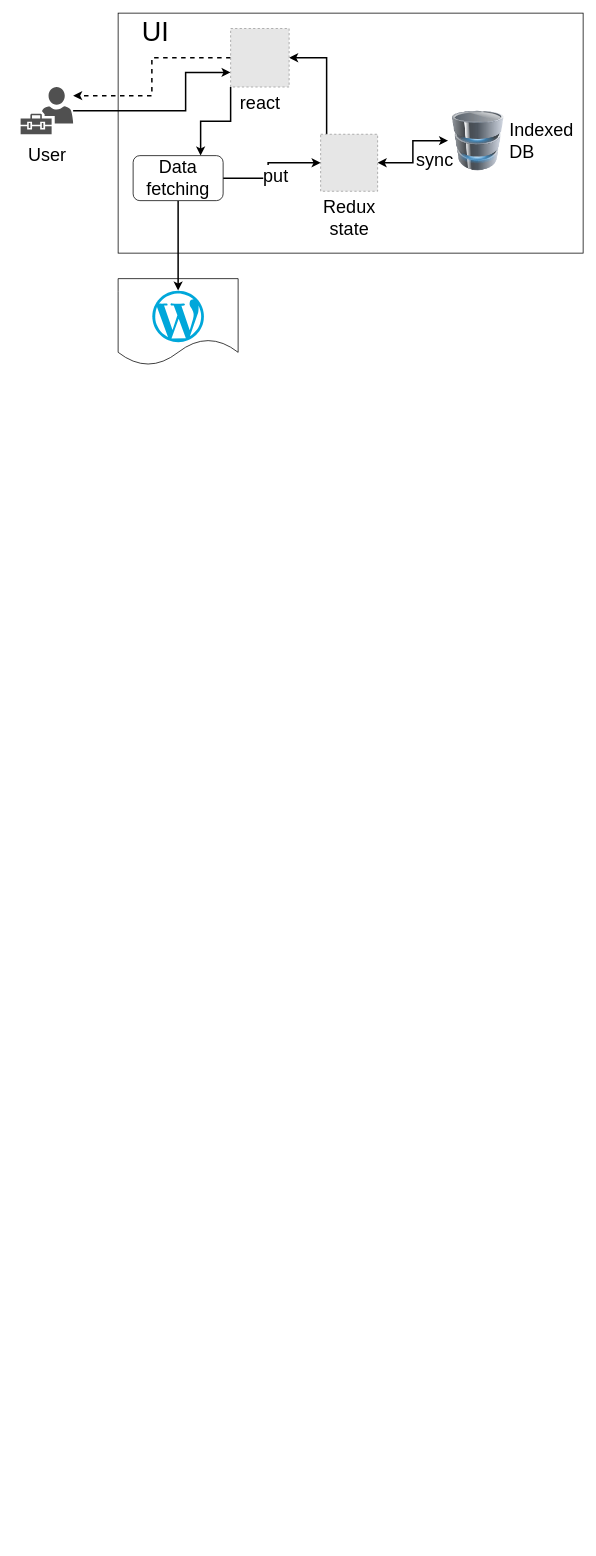
Before: high-level/records.drawio in AlexeyPopovUA/a8c-diagrams, a draw.io diagram. Source tidied: cells renumbered, new cells numbered last; positions are measured from the earlier drawing's top-left corner, leaving out a move shared by most shapes. Both pictures are drawn from the tidied source at 75%, with x=0, y=0 at pixel (20, 13). Pictures stored in the file or linked from it are replaced by grey dashed boxes.
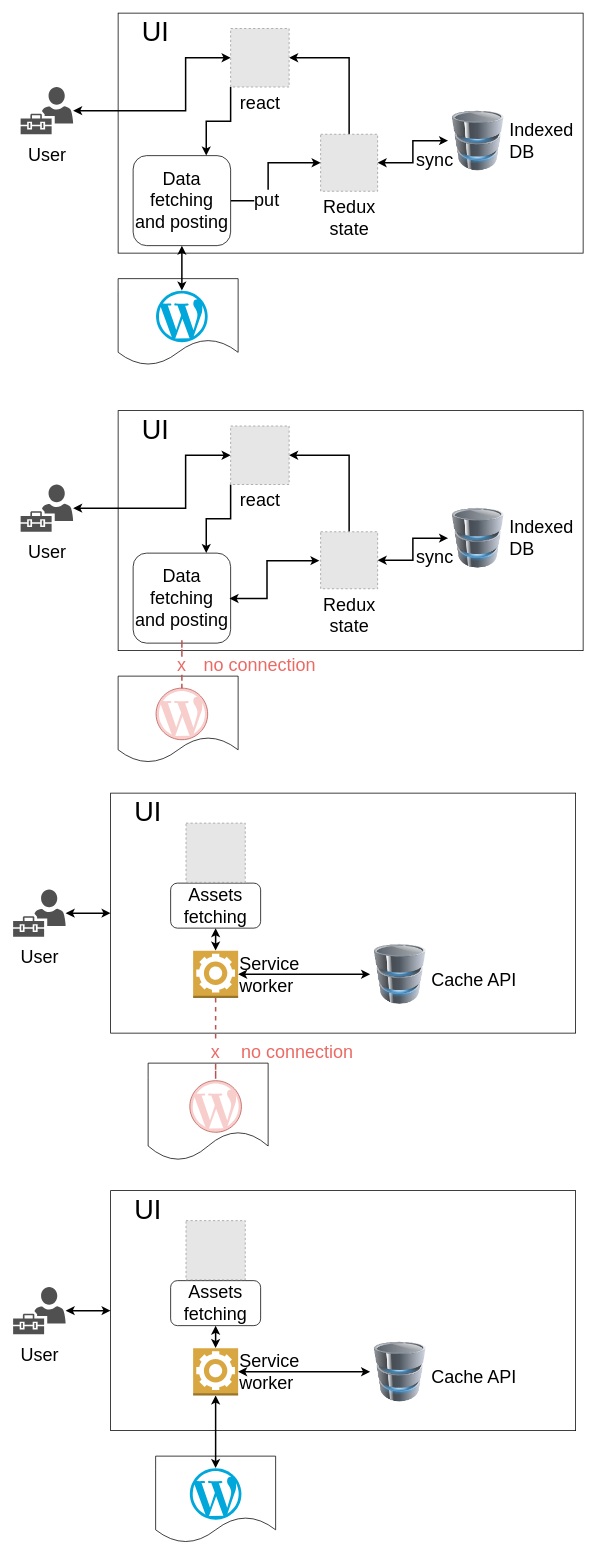
Above is the later version.

The change refers to these unchanged cells:
```xml
<mxCell id="6" value="&lt;font style=&quot;font-size: 24px;&quot;&gt;User&lt;/font&gt;" style="sketch=0;shadow=0;dashed=0;html=1;strokeColor=none;labelPosition=center;verticalLabelPosition=bottom;verticalAlign=top;align=center;fillColor=#505050;shape=mxgraph.mscae.intune.user_management;fontSize=30;" parent="1" vertex="1">
  <mxGeometry y="98.5" width="70" height="63" as="geometry" />
</mxCell>
<mxCell id="11" value="&lt;font style=&quot;font-size: 24px;&quot;&gt;Redux&lt;br&gt; state&lt;/font&gt;" style="fillColor=#E6E6E6;strokeColor=#999999;dashed=1;html=1;verticalAlign=top;verticalLabelPosition=bottom;labelBackgroundColor=#ffffff;" parent="1" vertex="1">
  <mxGeometry x="400" y="161.5" width="76" height="76" as="geometry" />
</mxCell>
<mxCell id="19" value="react" style="fillColor=#E6E6E6;strokeColor=#999999;dashed=1;html=1;verticalAlign=top;verticalLabelPosition=bottom;labelBackgroundColor=#ffffff;fontSize=24;" parent="1" vertex="1">
  <mxGeometry x="280" y="20.5" width="78" height="78" as="geometry" />
</mxCell>
```

What changed in the source:
```diff
@@
-    <mxCell id="5" style="edgeStyle=orthogonalEdgeStyle;rounded=0;jettySize=auto;html=1;fontSize=30;endArrow=classic;endFill=1;strokeWidth=2;entryX=0;entryY=0.75;entryDx=0;entryDy=0;" parent="1" edge="1" source="6" target="19">
+    <mxCell id="5" style="edgeStyle=orthogonalEdgeStyle;rounded=0;jettySize=auto;html=1;fontSize=30;endArrow=classic;endFill=1;strokeWidth=2;entryX=0;entryY=0.5;entryDx=0;entryDy=0;startArrow=classic;startFill=1;" parent="1" edge="1" source="6" target="19">
       <mxGeometry relative="1" as="geometry">
         <Array as="points">
           <mxPoint x="220" y="130" />
-          <mxPoint x="220" y="79" />
+          <mxPoint x="220" y="60" />
         </Array>
       </mxGeometry>
     </mxCell>
@@
-    <mxCell id="10" style="edgeStyle=orthogonalEdgeStyle;rounded=0;jettySize=auto;html=1;entryX=1;entryY=0.5;entryDx=0;entryDy=0;fontSize=24;startArrow=none;startFill=0;strokeWidth=2;" parent="1" edge="1" source="11" target="19">
+    <mxCell id="10" style="edgeStyle=orthogonalEdgeStyle;rounded=0;jettySize=auto;html=1;entryX=1;entryY=0.5;entryDx=0;entryDy=0;fontSize=24;startArrow=none;startFill=0;strokeWidth=2;exitX=0.5;exitY=0;exitDx=0;exitDy=0;" parent="1" edge="1" source="11" target="19">
       <mxGeometry relative="1" as="geometry">
         <Array as="points">
-          <mxPoint x="408" y="60" />
+          <mxPoint x="438" y="60" />
         </Array>
       </mxGeometry>
     </mxCell>
@@
     <mxCell id="12" style="edgeStyle=orthogonalEdgeStyle;rounded=0;jettySize=auto;html=1;fontSize=24;startArrow=none;startFill=0;entryX=0;entryY=0.5;entryDx=0;entryDy=0;strokeWidth=2;exitX=1;exitY=0.5;exitDx=0;exitDy=0;" parent="1" edge="1" source="15" target="11">
       <mxGeometry relative="1" as="geometry">
         <Array as="points">
-          <mxPoint x="330" y="220" />
+          <mxPoint x="330" y="250" />
           <mxPoint x="330" y="200" />
         </Array>
       </mxGeometry>
     </mxCell>
-    <mxCell id="13" value="put" style="edgeLabel;html=1;align=center;verticalAlign=middle;fontSize=24;" parent="12" vertex="1">
-      <mxGeometry x="-0.15" y="-2" relative="1" as="geometry">
-        <mxPoint x="7" as="offset" />
-      </mxGeometry>
+    <mxCell id="13" value="put" style="edgeLabel;html=1;align=center;verticalAlign=middle;fontSize=24;fontColor=#000000;" parent="12" vertex="1">
+      <mxGeometry x="-0.45" y="1" relative="1" as="geometry" />
     </mxCell>
-    <mxCell id="14" style="edgeStyle=orthogonalEdgeStyle;rounded=0;jettySize=auto;html=1;fontSize=24;startArrow=none;startFill=0;strokeWidth=2;" parent="1" edge="1" source="15" target="16">
+    <mxCell id="14" style="edgeStyle=orthogonalEdgeStyle;rounded=0;jettySize=auto;html=1;fontSize=24;startArrow=classic;startFill=1;strokeWidth=2;" parent="1" edge="1" source="15" target="16">
       <mxGeometry relative="1" as="geometry" />
     </mxCell>
-    <mxCell id="15" value="&lt;font style=&quot;font-size: 24px;&quot;&gt;Data fetching&lt;/font&gt;" style="rounded=1;whiteSpace=wrap;html=1;" parent="1" vertex="1">
-      <mxGeometry x="150" y="190" width="120" height="60" as="geometry" />
+    <mxCell id="15" value="&lt;font style=&quot;font-size: 24px;&quot;&gt;Data fetching&lt;br&gt;and posting&lt;br&gt;&lt;/font&gt;" style="rounded=1;whiteSpace=wrap;html=1;" parent="1" vertex="1">
+      <mxGeometry x="150" y="190" width="130" height="120" as="geometry" />
     </mxCell>
     <mxCell id="16" style="dashed=0;outlineConnect=0;html=1;align=center;labelPosition=center;verticalLabelPosition=bottom;verticalAlign=top;shape=mxgraph.weblogos.wordpress_2;fillColor=#00A7DA;strokeColor=none;fontSize=24;" parent="1" vertex="1">
-      <mxGeometry x="175.6" y="370" width="68.8" height="68.8" as="geometry" />
+      <mxGeometry x="180.6" y="370" width="68.8" height="68.8" as="geometry" />
     </mxCell>
-    <mxCell id="17" style="edgeStyle=orthogonalEdgeStyle;rounded=0;jettySize=auto;html=1;entryX=1;entryY=0.183;entryDx=0;entryDy=0;entryPerimeter=0;fontSize=24;startArrow=none;startFill=0;strokeWidth=2;dashed=1;" parent="1" edge="1" source="19" target="6">
-      <mxGeometry relative="1" as="geometry" />
-    </mxCell>
@@
+    <mxCell id="20" style="rounded=0;whiteSpace=wrap;html=1;fontSize=30;" parent="1" vertex="1">
+      <mxGeometry x="120" y="1040" width="620" height="320" as="geometry" />
+    </mxCell>
+    <mxCell id="21" value="&lt;font style=&quot;font-size: 24px;&quot;&gt;Cache API&lt;/font&gt;" style="image;html=1;image=img/lib/clip_art/computers/Database_128x128.png;fontSize=40;labelPosition=right;verticalLabelPosition=middle;align=left;verticalAlign=middle;" parent="1" vertex="1">
+      <mxGeometry x="466" y="1241.5" width="80" height="80" as="geometry" />
+    </mxCell>
+    <mxCell id="22" style="edgeStyle=orthogonalEdgeStyle;rounded=0;jettySize=auto;html=1;entryX=0;entryY=0.5;entryDx=0;entryDy=0;fontSize=24;startArrow=classic;startFill=1;strokeWidth=2;" parent="1" edge="1" source="23" target="20">
+      <mxGeometry relative="1" as="geometry" />
+    </mxCell>
+    <mxCell id="23" value="&lt;font style=&quot;font-size: 24px;&quot;&gt;User&lt;/font&gt;" style="sketch=0;shadow=0;dashed=0;html=1;strokeColor=none;labelPosition=center;verticalLabelPosition=bottom;verticalAlign=top;align=center;fillColor=#505050;shape=mxgraph.mscae.intune.user_management;fontSize=30;" parent="1" vertex="1">
+      <mxGeometry x="-10" y="1168.5" width="70" height="63" as="geometry" />
+    </mxCell>
+    <mxCell id="24" value="&lt;font style=&quot;font-size: 36px;&quot;&gt;UI&lt;/font&gt;" style="text;html=1;strokeColor=none;fillColor=none;align=center;verticalAlign=middle;whiteSpace=wrap;rounded=0;fontSize=24;" parent="1" vertex="1">
+      <mxGeometry x="140" y="1050" width="60" height="30" as="geometry" />
+    </mxCell>
+    <mxCell id="25" style="edgeStyle=orthogonalEdgeStyle;rounded=0;jettySize=auto;html=1;fontSize=24;startArrow=classic;startFill=1;strokeWidth=2;exitX=1;exitY=0.5;exitDx=0;exitDy=0;entryX=0;entryY=0.5;entryDx=0;entryDy=0;exitPerimeter=0;" parent="1" edge="1" source="27" target="21">
+      <mxGeometry relative="1" as="geometry">
+        <Array as="points">
+          <mxPoint x="380" y="1282" />
+          <mxPoint x="380" y="1282" />
+        </Array>
+      </mxGeometry>
+    </mxCell>
+    <mxCell id="26" value="&lt;font style=&quot;font-size: 24px;&quot;&gt;Assets fetching&lt;/font&gt;" style="rounded=1;whiteSpace=wrap;html=1;" parent="1" vertex="1">
+      <mxGeometry x="200" y="1160" width="120" height="60" as="geometry" />
+    </mxCell>
+    <mxCell id="27" value="Service&lt;br&gt; worker" style="outlineConnect=0;dashed=0;verticalLabelPosition=middle;verticalAlign=middle;align=left;html=1;shape=mxgraph.aws3.worker;fillColor=#D9A741;gradientColor=none;fontSize=24;labelPosition=right;" parent="1" vertex="1">
+      <mxGeometry x="230" y="1250" width="60" height="63" as="geometry" />
+    </mxCell>
+    <mxCell id="28" style="edgeStyle=orthogonalEdgeStyle;rounded=0;jettySize=auto;html=1;fontSize=24;startArrow=classic;startFill=1;strokeWidth=2;endArrow=classic;endFill=1;" parent="1" edge="1" source="26" target="27">
+      <mxGeometry relative="1" as="geometry" />
+    </mxCell>
+    <mxCell id="29" style="fillColor=#E6E6E6;strokeColor=#999999;dashed=1;html=1;verticalAlign=top;verticalLabelPosition=bottom;labelBackgroundColor=#ffffff;fontSize=24;" parent="1" vertex="1">
+      <mxGeometry x="220.5" y="1080" width="79" height="79" as="geometry" />
+    </mxCell>
+    <mxCell id="30" style="shape=document;whiteSpace=wrap;html=1;boundedLbl=1;fontSize=24;" parent="1" vertex="1">
+      <mxGeometry x="130" y="884" width="160" height="115.6" as="geometry" />
+    </mxCell>
+    <mxCell id="31" style="rounded=0;whiteSpace=wrap;html=1;fontSize=30;" parent="1" vertex="1">
+      <mxGeometry x="130" y="530" width="620" height="320" as="geometry" />
+    </mxCell>
+    <mxCell id="32" value="&lt;div style=&quot;font-size: 24px;&quot;&gt;Indexed&lt;/div&gt;&lt;div style=&quot;font-size: 24px;&quot;&gt;&lt;font style=&quot;font-size: 24px;&quot;&gt;DB&lt;/font&gt;&lt;/div&gt;" style="image;html=1;image=img/lib/clip_art/computers/Database_128x128.png;fontSize=40;labelPosition=right;verticalLabelPosition=middle;align=left;verticalAlign=middle;" parent="1" vertex="1">
+      <mxGeometry x="570" y="660" width="80" height="80" as="geometry" />
+    </mxCell>
+    <mxCell id="33" style="edgeStyle=orthogonalEdgeStyle;rounded=0;jettySize=auto;html=1;fontSize=30;endArrow=classic;endFill=1;strokeWidth=2;entryX=0;entryY=0.5;entryDx=0;entryDy=0;startArrow=classic;startFill=1;" parent="1" edge="1" source="34" target="44">
+      <mxGeometry relative="1" as="geometry">
+        <Array as="points">
+          <mxPoint x="220" y="660" />
+          <mxPoint x="220" y="590" />
+        </Array>
+      </mxGeometry>
+    </mxCell>
+    <mxCell id="34" value="&lt;font style=&quot;font-size: 24px;&quot;&gt;User&lt;/font&gt;" style="sketch=0;shadow=0;dashed=0;html=1;strokeColor=none;labelPosition=center;verticalLabelPosition=bottom;verticalAlign=top;align=center;fillColor=#505050;shape=mxgraph.mscae.intune.user_management;fontSize=30;" parent="1" vertex="1">
+      <mxGeometry y="628.5" width="70" height="63" as="geometry" />
+    </mxCell>
+    <mxCell id="35" value="&lt;font style=&quot;font-size: 36px;&quot;&gt;UI&lt;/font&gt;" style="text;html=1;strokeColor=none;fillColor=none;align=center;verticalAlign=middle;whiteSpace=wrap;rounded=0;fontSize=24;" parent="1" vertex="1">
+      <mxGeometry x="150" y="540" width="60" height="30" as="geometry" />
+    </mxCell>
+    <mxCell id="36" style="edgeStyle=orthogonalEdgeStyle;rounded=0;jettySize=auto;html=1;entryX=0;entryY=0.5;entryDx=0;entryDy=0;startArrow=classic;startFill=1;strokeWidth=2;" parent="1" edge="1" source="39" target="32">
+      <mxGeometry relative="1" as="geometry" />
+    </mxCell>
+    <mxCell id="37" value="sync" style="edgeLabel;html=1;align=center;verticalAlign=middle;fontSize=24;" parent="36" vertex="1">
+      <mxGeometry x="-0.17" relative="1" as="geometry">
+        <mxPoint x="28" as="offset" />
+      </mxGeometry>
+    </mxCell>
+    <mxCell id="38" style="edgeStyle=orthogonalEdgeStyle;rounded=0;jettySize=auto;html=1;entryX=1;entryY=0.5;entryDx=0;entryDy=0;fontSize=24;startArrow=none;startFill=0;strokeWidth=2;exitX=0.5;exitY=0;exitDx=0;exitDy=0;" parent="1" edge="1" source="39" target="44">
+      <mxGeometry relative="1" as="geometry">
+        <Array as="points">
+          <mxPoint x="438" y="590" />
+        </Array>
+      </mxGeometry>
+    </mxCell>
+    <mxCell id="39" value="&lt;font style=&quot;font-size: 24px;&quot;&gt;Redux&lt;br&gt; state&lt;/font&gt;" style="fillColor=#E6E6E6;strokeColor=#999999;dashed=1;html=1;verticalAlign=top;verticalLabelPosition=bottom;labelBackgroundColor=#ffffff;" parent="1" vertex="1">
+      <mxGeometry x="400" y="691.5" width="76" height="76" as="geometry" />
+    </mxCell>
+    <mxCell id="40" style="edgeStyle=orthogonalEdgeStyle;rounded=0;jettySize=auto;html=1;fontSize=24;startArrow=none;startFill=1;strokeWidth=2;dashed=1;fillColor=#f8cecc;strokeColor=#b85450;endArrow=none;endFill=0;" parent="1" edge="1" source="45" target="42">
+      <mxGeometry relative="1" as="geometry" />
+    </mxCell>
+    <mxCell id="41" value="&lt;font style=&quot;font-size: 24px;&quot;&gt;Data fetching&lt;br&gt;and posting&lt;br&gt;&lt;/font&gt;" style="rounded=1;whiteSpace=wrap;html=1;" parent="1" vertex="1">
+      <mxGeometry x="150" y="720" width="130" height="120" as="geometry" />
+    </mxCell>
+    <mxCell id="42" style="dashed=0;outlineConnect=0;html=1;align=center;labelPosition=center;verticalLabelPosition=bottom;verticalAlign=top;shape=mxgraph.weblogos.wordpress_2;fillColor=#f8cecc;strokeColor=#b85450;fontSize=24;" parent="1" vertex="1">
+      <mxGeometry x="180.6" y="900" width="68.8" height="68.8" as="geometry" />
+    </mxCell>
+    <mxCell id="43" style="edgeStyle=orthogonalEdgeStyle;rounded=0;jettySize=auto;html=1;entryX=0.75;entryY=0;entryDx=0;entryDy=0;fontSize=24;startArrow=none;startFill=0;strokeWidth=2;exitX=0;exitY=1;exitDx=0;exitDy=0;" parent="1" edge="1" source="44" target="41">
+      <mxGeometry relative="1" as="geometry" />
+    </mxCell>
+    <mxCell id="44" value="react" style="fillColor=#E6E6E6;strokeColor=#999999;dashed=1;html=1;verticalAlign=top;verticalLabelPosition=bottom;labelBackgroundColor=#ffffff;fontSize=24;" parent="1" vertex="1">
+      <mxGeometry x="280" y="550.5" width="78" height="78" as="geometry" />
+    </mxCell>
+    <mxCell id="45" value="&lt;font color=&quot;#EA6B66&quot;&gt;x&lt;/font&gt;" style="text;html=1;strokeColor=none;fillColor=none;align=center;verticalAlign=middle;whiteSpace=wrap;rounded=0;fontSize=24;" parent="1" vertex="1">
+      <mxGeometry x="185" y="854" width="60" height="30" as="geometry" />
+    </mxCell>
+    <mxCell id="46" style="edgeStyle=orthogonalEdgeStyle;rounded=0;jettySize=auto;html=1;fontSize=24;startArrow=none;startFill=0;strokeWidth=2;dashed=1;fillColor=#f8cecc;strokeColor=#b85450;endArrow=none;" parent="1" edge="1" source="41" target="45">
+      <mxGeometry relative="1" as="geometry" />
+    </mxCell>
+    <mxCell id="47" value="no connection" style="text;html=1;strokeColor=none;fillColor=none;align=center;verticalAlign=middle;whiteSpace=wrap;rounded=0;fontSize=24;fontColor=#EA6B66;" parent="1" vertex="1">
+      <mxGeometry x="229" y="854" width="180" height="30" as="geometry" />
+    </mxCell>
+    <mxCell id="48" style="shape=document;whiteSpace=wrap;html=1;boundedLbl=1;fontSize=24;" parent="1" vertex="1">
+      <mxGeometry x="180" y="1924" width="160" height="115.6" as="geometry" />
+    </mxCell>
+    <mxCell id="49" style="rounded=0;whiteSpace=wrap;html=1;fontSize=30;" parent="1" vertex="1">
+      <mxGeometry x="120" y="1570" width="620" height="320" as="geometry" />
+    </mxCell>
+    <mxCell id="50" value="&lt;font style=&quot;font-size: 24px;&quot;&gt;Cache API&lt;/font&gt;" style="image;html=1;image=img/lib/clip_art/computers/Database_128x128.png;fontSize=40;labelPosition=right;verticalLabelPosition=middle;align=left;verticalAlign=middle;" parent="1" vertex="1">
+      <mxGeometry x="466" y="1771.5" width="80" height="80" as="geometry" />
+    </mxCell>
+    <mxCell id="51" style="edgeStyle=orthogonalEdgeStyle;rounded=0;jettySize=auto;html=1;entryX=0;entryY=0.5;entryDx=0;entryDy=0;fontSize=24;startArrow=classic;startFill=1;strokeWidth=2;" parent="1" edge="1" source="52" target="49">
+      <mxGeometry relative="1" as="geometry" />
+    </mxCell>
+    <mxCell id="52" value="&lt;font style=&quot;font-size: 24px;&quot;&gt;User&lt;/font&gt;" style="sketch=0;shadow=0;dashed=0;html=1;strokeColor=none;labelPosition=center;verticalLabelPosition=bottom;verticalAlign=top;align=center;fillColor=#505050;shape=mxgraph.mscae.intune.user_management;fontSize=30;" parent="1" vertex="1">
+      <mxGeometry x="-10" y="1698.5" width="70" height="63" as="geometry" />
+    </mxCell>
+    <mxCell id="53" value="&lt;font style=&quot;font-size: 36px;&quot;&gt;UI&lt;/font&gt;" style="text;html=1;strokeColor=none;fillColor=none;align=center;verticalAlign=middle;whiteSpace=wrap;rounded=0;fontSize=24;" parent="1" vertex="1">
+      <mxGeometry x="140" y="1580" width="60" height="30" as="geometry" />
+    </mxCell>
+    <mxCell id="54" style="edgeStyle=orthogonalEdgeStyle;rounded=0;jettySize=auto;html=1;fontSize=24;startArrow=classic;startFill=1;strokeWidth=2;exitX=1;exitY=0.5;exitDx=0;exitDy=0;entryX=0;entryY=0.5;entryDx=0;entryDy=0;exitPerimeter=0;" parent="1" edge="1" source="58" target="50">
+      <mxGeometry relative="1" as="geometry">
+        <Array as="points">
+          <mxPoint x="380" y="1812" />
+          <mxPoint x="380" y="1812" />
+        </Array>
+      </mxGeometry>
+    </mxCell>
+    <mxCell id="55" style="edgeStyle=orthogonalEdgeStyle;rounded=0;jettySize=auto;html=1;fontSize=24;startArrow=classic;startFill=1;strokeWidth=2;" parent="1" edge="1" source="58" target="57">
+      <mxGeometry relative="1" as="geometry" />
+    </mxCell>
+    <mxCell id="56" value="&lt;font style=&quot;font-size: 24px;&quot;&gt;Assets fetching&lt;/font&gt;" style="rounded=1;whiteSpace=wrap;html=1;" parent="1" vertex="1">
+      <mxGeometry x="200" y="1690" width="120" height="60" as="geometry" />
+    </mxCell>
+    <mxCell id="57" style="dashed=0;outlineConnect=0;html=1;align=center;labelPosition=center;verticalLabelPosition=bottom;verticalAlign=top;shape=mxgraph.weblogos.wordpress_2;fillColor=#00A7DA;strokeColor=none;fontSize=24;" parent="1" vertex="1">
+      <mxGeometry x="225.6" y="1940" width="68.8" height="68.8" as="geometry" />
+    </mxCell>
+    <mxCell id="58" value="Service&lt;br&gt; worker" style="outlineConnect=0;dashed=0;verticalLabelPosition=middle;verticalAlign=middle;align=left;html=1;shape=mxgraph.aws3.worker;fillColor=#D9A741;gradientColor=none;fontSize=24;labelPosition=right;" parent="1" vertex="1">
+      <mxGeometry x="230" y="1780" width="60" height="63" as="geometry" />
+    </mxCell>
+    <mxCell id="59" style="edgeStyle=orthogonalEdgeStyle;rounded=0;jettySize=auto;html=1;fontSize=24;startArrow=classic;startFill=1;strokeWidth=2;endArrow=classic;endFill=1;" parent="1" edge="1" source="56" target="58">
+      <mxGeometry relative="1" as="geometry" />
+    </mxCell>
+    <mxCell id="60" style="fillColor=#E6E6E6;strokeColor=#999999;dashed=1;html=1;verticalAlign=top;verticalLabelPosition=bottom;labelBackgroundColor=#ffffff;fontSize=24;" parent="1" vertex="1">
+      <mxGeometry x="220.5" y="1610" width="79" height="79" as="geometry" />
+    </mxCell>
+    <mxCell id="61" style="shape=document;whiteSpace=wrap;html=1;boundedLbl=1;fontSize=24;" parent="1" vertex="1">
+      <mxGeometry x="170" y="1400" width="160" height="130" as="geometry" />
+    </mxCell>
+    <mxCell id="62" style="edgeStyle=orthogonalEdgeStyle;rounded=0;jettySize=auto;html=1;fontSize=24;startArrow=none;startFill=1;strokeWidth=2;dashed=1;fillColor=#f8cecc;strokeColor=#b85450;endArrow=none;endFill=0;" parent="1" edge="1" source="64" target="63">
+      <mxGeometry relative="1" as="geometry" />
+    </mxCell>
+    <mxCell id="63" style="dashed=0;outlineConnect=0;html=1;align=center;labelPosition=center;verticalLabelPosition=bottom;verticalAlign=top;shape=mxgraph.weblogos.wordpress_2;fillColor=#f8cecc;strokeColor=#b85450;fontSize=24;" parent="1" vertex="1">
+      <mxGeometry x="225.6" y="1423.4" width="68.8" height="68.8" as="geometry" />
+    </mxCell>
+    <mxCell id="64" value="&lt;font color=&quot;#EA6B66&quot;&gt;x&lt;/font&gt;" style="text;html=1;strokeColor=none;fillColor=none;align=center;verticalAlign=middle;whiteSpace=wrap;rounded=0;fontSize=24;" parent="1" vertex="1">
+      <mxGeometry x="230" y="1370" width="60" height="30" as="geometry" />
+    </mxCell>
+    <mxCell id="65" style="edgeStyle=orthogonalEdgeStyle;rounded=0;jettySize=auto;html=1;fontSize=24;startArrow=none;startFill=0;strokeWidth=2;dashed=1;fillColor=#f8cecc;strokeColor=#b85450;endArrow=none;exitX=0.5;exitY=1;exitDx=0;exitDy=0;exitPerimeter=0;" parent="1" edge="1" source="27" target="64">
+      <mxGeometry relative="1" as="geometry" />
+    </mxCell>
+    <mxCell id="66" value="no connection" style="text;html=1;strokeColor=none;fillColor=none;align=center;verticalAlign=middle;whiteSpace=wrap;rounded=0;fontSize=24;fontColor=#EA6B66;" parent="1" vertex="1">
+      <mxGeometry x="278.5" y="1370" width="180" height="30" as="geometry" />
+    </mxCell>
+    <mxCell id="67" style="edgeStyle=orthogonalEdgeStyle;rounded=0;orthogonalLoop=1;jettySize=auto;html=1;fontSize=24;startArrow=classic;startFill=1;entryX=0;entryY=0.5;entryDx=0;entryDy=0;strokeWidth=2;exitX=1;exitY=0.5;exitDx=0;exitDy=0;" parent="1" edge="1">
+      <mxGeometry relative="1" as="geometry">
+        <mxPoint x="278.5" y="780.5" as="sourcePoint" />
+        <mxPoint x="398.5" y="730" as="targetPoint" />
+        <Array as="points">
+          <mxPoint x="328.5" y="780.5" />
+          <mxPoint x="328.5" y="730.5" />
+        </Array>
+      </mxGeometry>
+    </mxCell>
```
